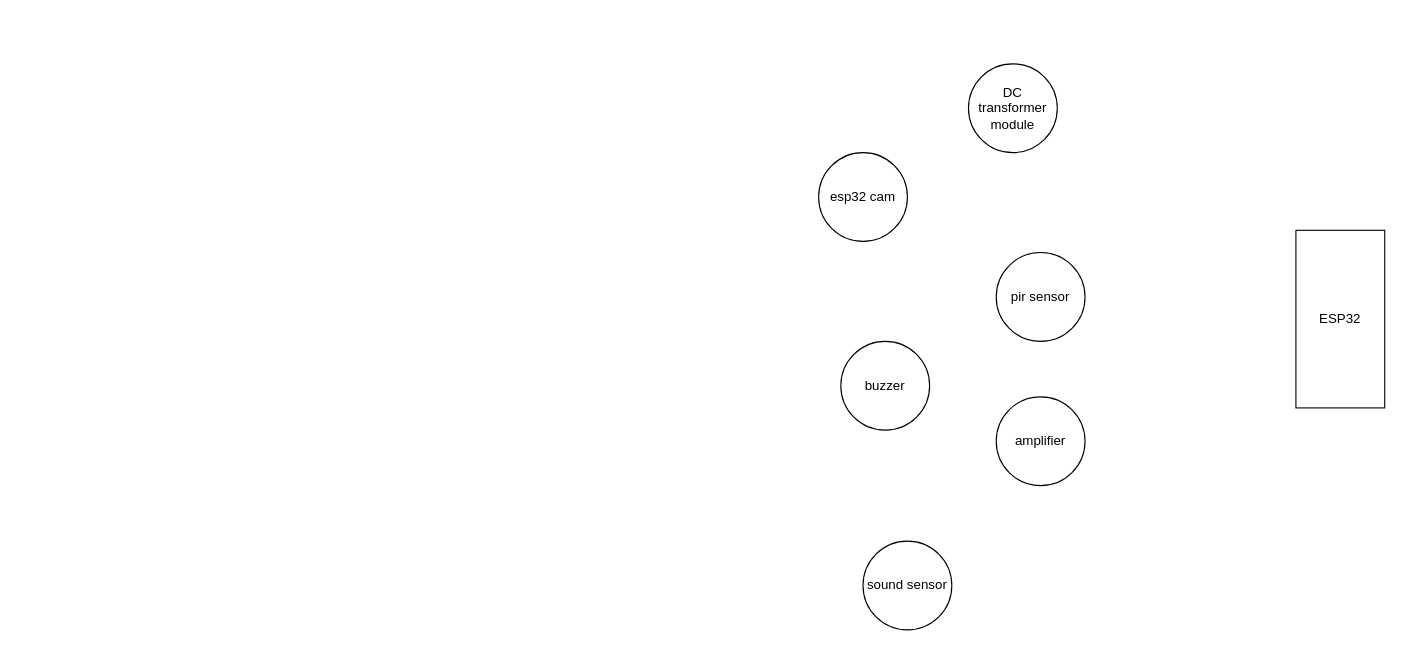
The draw.io diagram 2.CircuitDiagram/layoutDesign.drawio in feix0033/EASV_C21_4thSemester_IoT_SmartyPants_SecurityEquipments, before the edit. Source tidied: cells renumbered, new cells numbered last; positions are measured from the earlier drawing's top-left corner, leaving out a move shared by most shapes. Both pictures are drawn from the tidied source at 111%, with x=0, y=0 at pixel (818, 63).
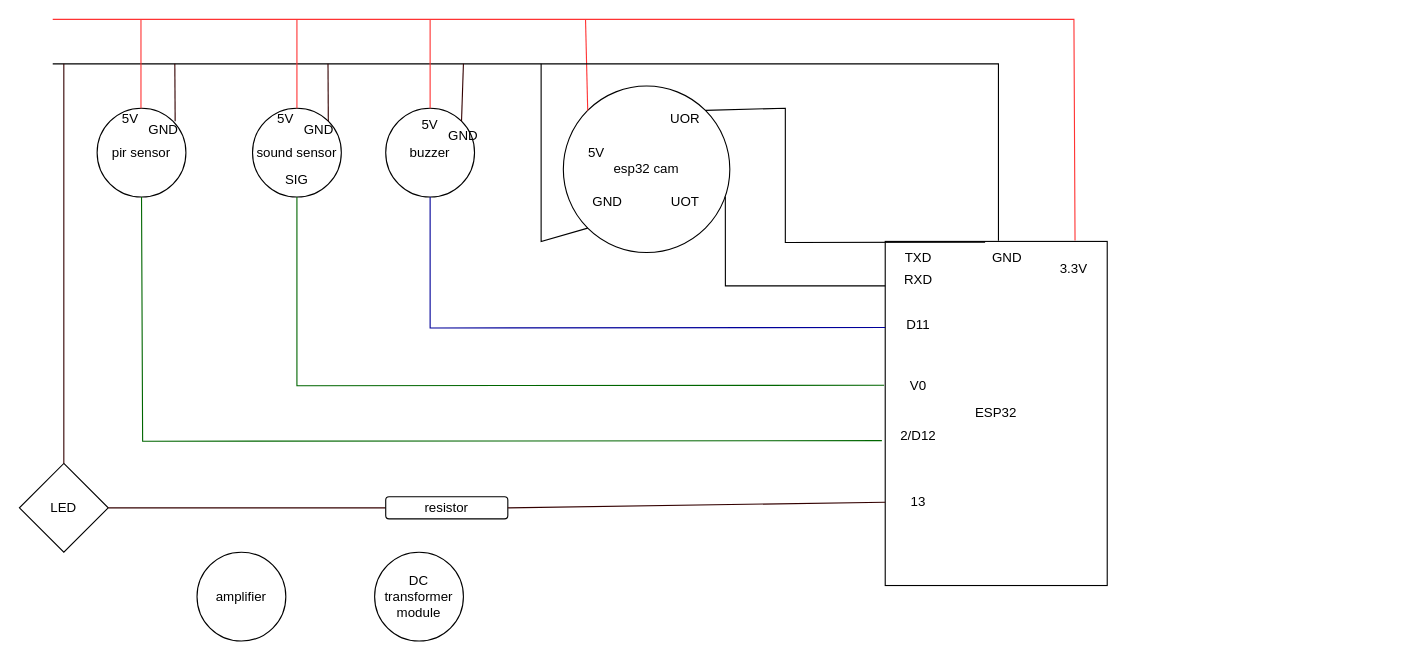
The same page after the edit.

Commit message (it also covers changes not shown here):
make a simple circuit with out amplifier and power

What changed in the source:
```diff
@@
     <mxCell id="2" value="ESP32" style="rounded=0;whiteSpace=wrap;html=1;" parent="1" vertex="1">
-      <mxGeometry x="430" y="150" width="80" height="160" as="geometry" />
+      <mxGeometry x="60" y="160" width="200" height="310" as="geometry" />
     </mxCell>
     <mxCell id="3" value="esp32 cam" style="ellipse;whiteSpace=wrap;html=1;" parent="1" vertex="1">
-      <mxGeometry y="80" width="80" height="80" as="geometry" />
+      <mxGeometry x="-230" y="20" width="150" height="150" as="geometry" />
     </mxCell>
     <mxCell id="4" value="buzzer" style="ellipse;whiteSpace=wrap;html=1;" parent="1" vertex="1">
-      <mxGeometry x="20" y="250" width="80" height="80" as="geometry" />
+      <mxGeometry x="-390" y="40" width="80" height="80" as="geometry" />
     </mxCell>
     <mxCell id="5" value="sound sensor" style="ellipse;whiteSpace=wrap;html=1;" parent="1" vertex="1">
-      <mxGeometry x="40" y="430" width="80" height="80" as="geometry" />
+      <mxGeometry x="-510" y="40" width="80" height="80" as="geometry" />
     </mxCell>
     <mxCell id="6" value="pir sensor" style="ellipse;whiteSpace=wrap;html=1;" parent="1" vertex="1">
-      <mxGeometry x="160" y="170" width="80" height="80" as="geometry" />
+      <mxGeometry x="-650" y="40" width="80" height="80" as="geometry" />
     </mxCell>
     <mxCell id="7" value="DC transformer module" style="ellipse;whiteSpace=wrap;html=1;" parent="1" vertex="1">
-      <mxGeometry x="135" width="80" height="80" as="geometry" />
+      <mxGeometry x="-400" y="440" width="80" height="80" as="geometry" />
     </mxCell>
     <mxCell id="8" value="amplifier" style="ellipse;whiteSpace=wrap;html=1;" parent="1" vertex="1">
-      <mxGeometry x="160" y="300" width="80" height="80" as="geometry" />
+      <mxGeometry x="-560" y="440" width="80" height="80" as="geometry" />
     </mxCell>
+    <mxCell id="9" style="endArrow=none;html=1;rounded=0;entryX=0;entryY=0;entryDx=0;entryDy=0;strokeColor=#FF3333;" parent="1" edge="1" target="3">
+      <mxGeometry relative="1" as="geometry">
+        <mxPoint x="-210" y="-40" as="sourcePoint" />
+      </mxGeometry>
+    </mxCell>
+    <mxCell id="10" style="endArrow=none;html=1;rounded=0;exitX=0.855;exitY=-0.003;exitDx=0;exitDy=0;exitPerimeter=0;strokeColor=#FF3333;" parent="1" edge="1" source="2">
+      <mxGeometry relative="1" as="geometry">
+        <mxPoint x="-690" y="-40" as="targetPoint" />
+        <Array as="points">
+          <mxPoint x="230" y="-40" />
+        </Array>
+      </mxGeometry>
+    </mxCell>
+    <mxCell id="11" style="endArrow=none;html=1;rounded=0;exitX=0.367;exitY=-0.017;exitDx=0;exitDy=0;exitPerimeter=0;" parent="1" edge="1" source="13">
+      <mxGeometry relative="1" as="geometry">
+        <mxPoint x="-690" as="targetPoint" />
+        <Array as="points">
+          <mxPoint x="162" />
+          <mxPoint x="-10" />
+        </Array>
+      </mxGeometry>
+    </mxCell>
+    <mxCell id="12" value="3.3V" style="text;html=1;strokeColor=none;fillColor=none;align=center;verticalAlign=middle;whiteSpace=wrap;rounded=0;" parent="1" vertex="1">
+      <mxGeometry x="200" y="170" width="60" height="30" as="geometry" />
+    </mxCell>
+    <mxCell id="13" value="GND" style="text;html=1;strokeColor=none;fillColor=none;align=center;verticalAlign=middle;whiteSpace=wrap;rounded=0;" parent="1" vertex="1">
+      <mxGeometry x="140" y="160" width="60" height="30" as="geometry" />
+    </mxCell>
+    <mxCell id="14" value="5V" style="text;html=1;strokeColor=none;fillColor=none;align=center;verticalAlign=middle;whiteSpace=wrap;rounded=0;" parent="1" vertex="1">
+      <mxGeometry x="-230" y="65" width="60" height="30" as="geometry" />
+    </mxCell>
+    <mxCell id="15" style="endArrow=none;html=1;rounded=0;exitX=0;exitY=1;exitDx=0;exitDy=0;" parent="1" edge="1" source="3">
+      <mxGeometry relative="1" as="geometry">
+        <mxPoint x="-250" as="targetPoint" />
+        <Array as="points">
+          <mxPoint x="-250" y="160" />
+        </Array>
+      </mxGeometry>
+    </mxCell>
+    <mxCell id="16" value="GND&lt;br&gt;" style="text;html=1;strokeColor=none;fillColor=none;align=center;verticalAlign=middle;whiteSpace=wrap;rounded=0;" parent="1" vertex="1">
+      <mxGeometry x="-220" y="110" width="60" height="30" as="geometry" />
+    </mxCell>
+    <mxCell id="17" style="endArrow=none;html=1;rounded=0;exitX=0.973;exitY=0.663;exitDx=0;exitDy=0;exitPerimeter=0;" parent="1" edge="1" source="3">
+      <mxGeometry relative="1" as="geometry">
+        <mxPoint x="60" y="200" as="targetPoint" />
+        <Array as="points">
+          <mxPoint x="-84" y="200" />
+        </Array>
+      </mxGeometry>
+    </mxCell>
+    <mxCell id="18" value="TXD" style="text;html=1;strokeColor=none;fillColor=none;align=center;verticalAlign=middle;whiteSpace=wrap;rounded=0;" parent="1" vertex="1">
+      <mxGeometry x="60" y="160" width="60" height="30" as="geometry" />
+    </mxCell>
+    <mxCell id="19" value="RXD" style="text;html=1;strokeColor=none;fillColor=none;align=center;verticalAlign=middle;whiteSpace=wrap;rounded=0;" parent="1" vertex="1">
+      <mxGeometry x="60" y="180" width="60" height="30" as="geometry" />
+    </mxCell>
+    <mxCell id="20" style="endArrow=none;html=1;rounded=0;entryX=0.45;entryY=0.002;entryDx=0;entryDy=0;entryPerimeter=0;exitX=1;exitY=0;exitDx=0;exitDy=0;" parent="1" edge="1" source="3" target="2">
+      <mxGeometry relative="1" as="geometry">
+        <Array as="points">
+          <mxPoint x="-30" y="40" />
+          <mxPoint x="-30" y="161" />
+        </Array>
+      </mxGeometry>
+    </mxCell>
+    <mxCell id="21" value="UOR" style="text;html=1;strokeColor=none;fillColor=none;align=center;verticalAlign=middle;whiteSpace=wrap;rounded=0;" parent="1" vertex="1">
+      <mxGeometry x="-150" y="35" width="60" height="30" as="geometry" />
+    </mxCell>
+    <mxCell id="22" value="UOT" style="text;html=1;strokeColor=none;fillColor=none;align=center;verticalAlign=middle;whiteSpace=wrap;rounded=0;" parent="1" vertex="1">
+      <mxGeometry x="-150" y="110" width="60" height="30" as="geometry" />
+    </mxCell>
+    <mxCell id="23" style="endArrow=none;html=1;rounded=0;entryX=0.5;entryY=0;entryDx=0;entryDy=0;strokeColor=#FF3333;" parent="1" edge="1" target="4">
+      <mxGeometry relative="1" as="geometry">
+        <mxPoint x="-350" y="-40" as="sourcePoint" />
+      </mxGeometry>
+    </mxCell>
+    <mxCell id="24" style="endArrow=none;html=1;rounded=0;strokeColor=#330000;exitX=1;exitY=0;exitDx=0;exitDy=0;" parent="1" edge="1" source="4">
+      <mxGeometry relative="1" as="geometry">
+        <mxPoint x="-320" as="targetPoint" />
+      </mxGeometry>
+    </mxCell>
+    <mxCell id="25" style="endArrow=none;html=1;rounded=0;entryX=0;entryY=0.25;entryDx=0;entryDy=0;strokeColor=#000099;exitX=0.5;exitY=1;exitDx=0;exitDy=0;" parent="1" edge="1" source="4" target="2">
+      <mxGeometry relative="1" as="geometry">
+        <Array as="points">
+          <mxPoint x="-350" y="238" />
+        </Array>
+      </mxGeometry>
+    </mxCell>
+    <mxCell id="26" value="D11" style="text;html=1;strokeColor=none;fillColor=none;align=center;verticalAlign=middle;whiteSpace=wrap;rounded=0;" parent="1" vertex="1">
+      <mxGeometry x="60" y="220" width="60" height="30" as="geometry" />
+    </mxCell>
+    <mxCell id="27" style="endArrow=none;html=1;rounded=0;entryX=0.5;entryY=0;entryDx=0;entryDy=0;strokeColor=#FF3333;" parent="1" edge="1" target="5">
+      <mxGeometry relative="1" as="geometry">
+        <mxPoint x="-470" y="-40" as="sourcePoint" />
+      </mxGeometry>
+    </mxCell>
+    <mxCell id="28" style="endArrow=none;html=1;rounded=0;strokeColor=#330000;entryX=1;entryY=0;entryDx=0;entryDy=0;" parent="1" edge="1" target="5">
+      <mxGeometry relative="1" as="geometry">
+        <mxPoint x="-442" as="sourcePoint" />
+      </mxGeometry>
+    </mxCell>
+    <mxCell id="29" style="endArrow=none;html=1;rounded=0;entryX=-0.005;entryY=0.418;entryDx=0;entryDy=0;strokeColor=#006600;exitX=0.5;exitY=1;exitDx=0;exitDy=0;entryPerimeter=0;" parent="1" edge="1" source="5" target="2">
+      <mxGeometry relative="1" as="geometry">
+        <Array as="points">
+          <mxPoint x="-470" y="290" />
+        </Array>
+      </mxGeometry>
+    </mxCell>
+    <mxCell id="30" value="V0" style="text;html=1;strokeColor=none;fillColor=none;align=center;verticalAlign=middle;whiteSpace=wrap;rounded=0;" parent="1" vertex="1">
+      <mxGeometry x="60" y="275" width="60" height="30" as="geometry" />
+    </mxCell>
+    <mxCell id="31" value="SIG" style="text;html=1;strokeColor=none;fillColor=none;align=center;verticalAlign=middle;whiteSpace=wrap;rounded=0;" parent="1" vertex="1">
+      <mxGeometry x="-500" y="90" width="60" height="30" as="geometry" />
+    </mxCell>
+    <mxCell id="32" style="endArrow=none;html=1;rounded=0;entryX=0.5;entryY=0;entryDx=0;entryDy=0;strokeColor=#FF3333;" parent="1" edge="1">
+      <mxGeometry relative="1" as="geometry">
+        <mxPoint x="-610.5" y="-40" as="sourcePoint" />
+        <mxPoint x="-610.5" y="40" as="targetPoint" />
+      </mxGeometry>
+    </mxCell>
+    <mxCell id="33" style="endArrow=none;html=1;rounded=0;strokeColor=#330000;entryX=1;entryY=0;entryDx=0;entryDy=0;" parent="1" edge="1">
+      <mxGeometry relative="1" as="geometry">
+        <mxPoint x="-580" as="sourcePoint" />
+        <mxPoint x="-579.7" y="51.7" as="targetPoint" />
+      </mxGeometry>
+    </mxCell>
+    <mxCell id="34" style="endArrow=none;html=1;rounded=0;entryX=-0.015;entryY=0.579;entryDx=0;entryDy=0;strokeColor=#006600;entryPerimeter=0;exitX=0.5;exitY=1;exitDx=0;exitDy=0;" parent="1" edge="1" source="6" target="2">
+      <mxGeometry relative="1" as="geometry">
+        <Array as="points">
+          <mxPoint x="-609" y="340" />
+        </Array>
+      </mxGeometry>
+    </mxCell>
+    <mxCell id="35" value="2/D12" style="text;html=1;strokeColor=none;fillColor=none;align=center;verticalAlign=middle;whiteSpace=wrap;rounded=0;" parent="1" vertex="1">
+      <mxGeometry x="60" y="320" width="60" height="30" as="geometry" />
+    </mxCell>
+    <mxCell id="36" value="LED" style="rhombus;whiteSpace=wrap;html=1;" parent="1" vertex="1">
+      <mxGeometry x="-720" y="360" width="80" height="80" as="geometry" />
+    </mxCell>
+    <mxCell id="37" style="endArrow=none;html=1;rounded=0;strokeColor=#330000;" parent="1" edge="1" target="36">
+      <mxGeometry relative="1" as="geometry">
+        <mxPoint x="-680" as="sourcePoint" />
+      </mxGeometry>
+    </mxCell>
+    <mxCell id="38" style="endArrow=none;html=1;rounded=0;strokeColor=#330000;exitX=0;exitY=0.5;exitDx=0;exitDy=0;entryX=1;entryY=0.5;entryDx=0;entryDy=0;" parent="1" edge="1" source="40" target="36">
+      <mxGeometry relative="1" as="geometry" />
+    </mxCell>
+    <mxCell id="39" value="13" style="text;html=1;strokeColor=none;fillColor=none;align=center;verticalAlign=middle;whiteSpace=wrap;rounded=0;" parent="1" vertex="1">
+      <mxGeometry x="60" y="380" width="60" height="30" as="geometry" />
+    </mxCell>
+    <mxCell id="40" value="resistor" style="rounded=1;whiteSpace=wrap;html=1;" parent="1" vertex="1">
+      <mxGeometry x="-390" y="390" width="110" height="20" as="geometry" />
+    </mxCell>
+    <mxCell id="41" style="endArrow=none;html=1;rounded=0;strokeColor=#330000;exitX=1;exitY=0.5;exitDx=0;exitDy=0;entryX=0;entryY=0.5;entryDx=0;entryDy=0;" parent="1" edge="1" source="40" target="39">
+      <mxGeometry relative="1" as="geometry" />
+    </mxCell>
+    <mxCell id="42" value="5V" style="text;html=1;strokeColor=none;fillColor=none;align=center;verticalAlign=middle;whiteSpace=wrap;rounded=0;" parent="1" vertex="1">
+      <mxGeometry x="-380" y="40" width="60" height="30" as="geometry" />
+    </mxCell>
+    <mxCell id="43" value="GND&lt;br&gt;" style="text;html=1;strokeColor=none;fillColor=none;align=center;verticalAlign=middle;whiteSpace=wrap;rounded=0;" parent="1" vertex="1">
+      <mxGeometry x="-350" y="50" width="60" height="30" as="geometry" />
+    </mxCell>
+    <mxCell id="44" value="5V" style="text;html=1;strokeColor=none;fillColor=none;align=center;verticalAlign=middle;whiteSpace=wrap;rounded=0;" parent="1" vertex="1">
+      <mxGeometry x="-510" y="35" width="60" height="30" as="geometry" />
+    </mxCell>
+    <mxCell id="45" value="GND&lt;br&gt;" style="text;html=1;strokeColor=none;fillColor=none;align=center;verticalAlign=middle;whiteSpace=wrap;rounded=0;" parent="1" vertex="1">
+      <mxGeometry x="-480" y="45" width="60" height="30" as="geometry" />
+    </mxCell>
+    <mxCell id="46" value="5V" style="text;html=1;strokeColor=none;fillColor=none;align=center;verticalAlign=middle;whiteSpace=wrap;rounded=0;" parent="1" vertex="1">
+      <mxGeometry x="-650" y="35" width="60" height="30" as="geometry" />
+    </mxCell>
+    <mxCell id="47" value="GND&lt;br&gt;" style="text;html=1;strokeColor=none;fillColor=none;align=center;verticalAlign=middle;whiteSpace=wrap;rounded=0;" parent="1" vertex="1">
+      <mxGeometry x="-620" y="45" width="60" height="30" as="geometry" />
+    </mxCell>
```
